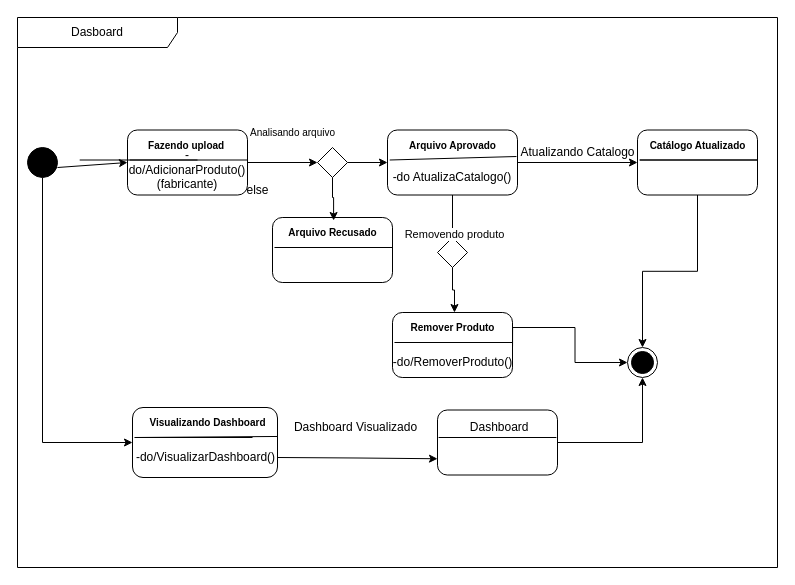
The draw.io diagram DiagramaEstadoAdicionarProduto.drawio in PedroAP2/Projeto-EngenhariaDaComputacao, before the edit. Source tidied: cells renumbered, new cells numbered last; positions are measured from the earlier drawing's top-left corner, leaving out a move shared by most shapes. Both pictures are drawn from the tidied source at 100%, with x=0, y=0 at pixel (17, 17).
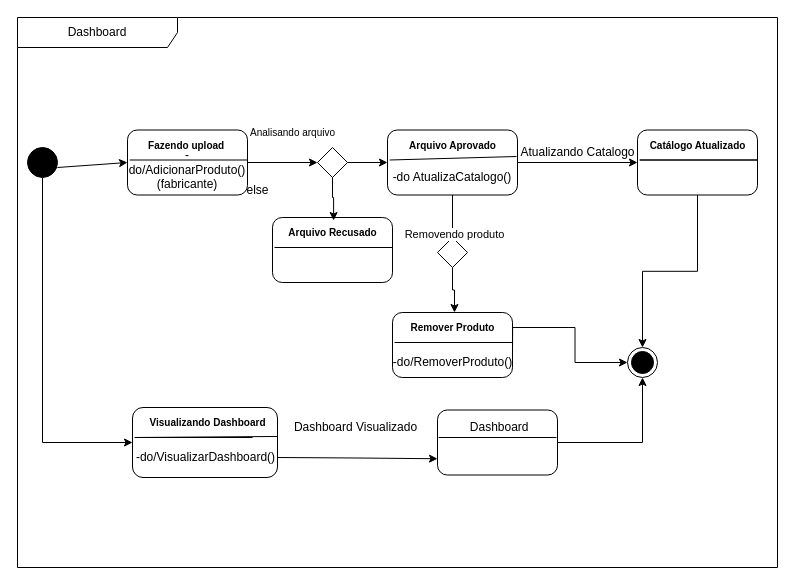
The same page after the edit.

The edit, as a diff of the source:
```diff
@@
-    <mxCell id="2" value="Dasboard" style="shape=umlFrame;whiteSpace=wrap;html=1;width=160;" parent="1" vertex="1">
+    <mxCell id="2" value="Dashboard" style="shape=umlFrame;whiteSpace=wrap;html=1;width=160;" parent="1" vertex="1">
       <mxGeometry width="760" height="550" as="geometry" />
     </mxCell>
@@
-    <mxCell id="49" style="endArrow=none;html=1;rounded=0;entryX=0.992;entryY=0.329;entryDx=0;entryDy=0;entryPerimeter=0;exitX=0.01;exitY=0.329;exitDx=0;exitDy=0;exitPerimeter=0;" parent="1" edge="1">
-      <mxGeometry relative="1" as="geometry">
-        <mxPoint x="62.2" y="142.5" as="sourcePoint" />
-        <mxPoint x="180" y="142.5" as="targetPoint" />
-      </mxGeometry>
-    </mxCell>
```
